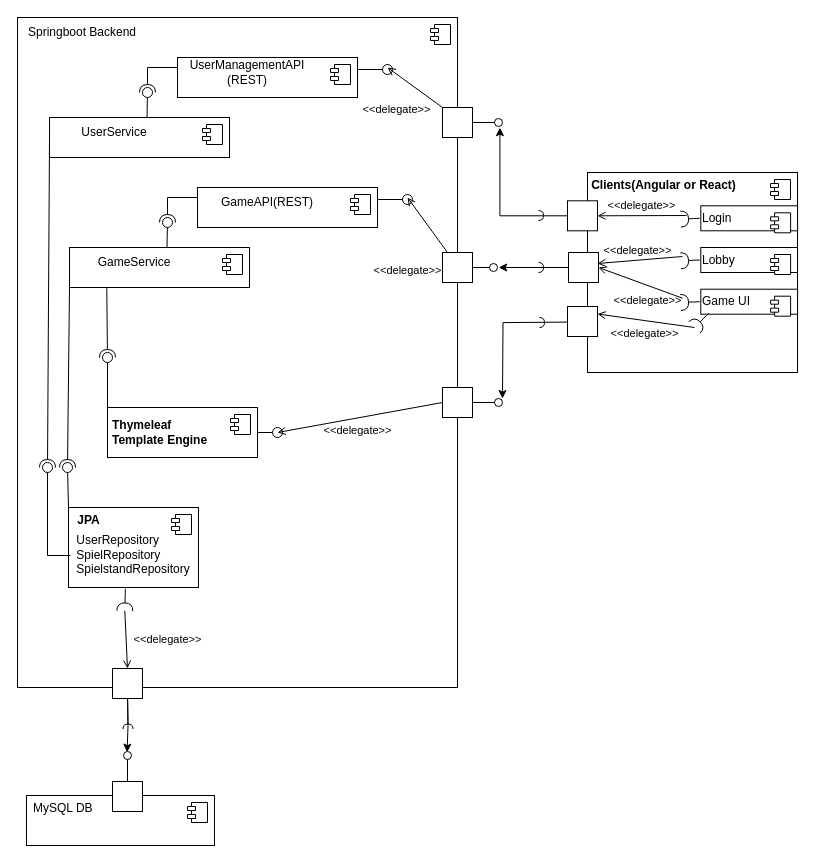
timonew/PaF keeps this draw.io diagram as Komponentenmodell.drawio. Above is the earlier version. Source tidied: cells renumbered, new cells numbered last; positions are measured from the earlier drawing's top-left corner, leaving out a move shared by most shapes. Both pictures are drawn from the tidied source at 100%, with x=0, y=0 at pixel (17, 17).
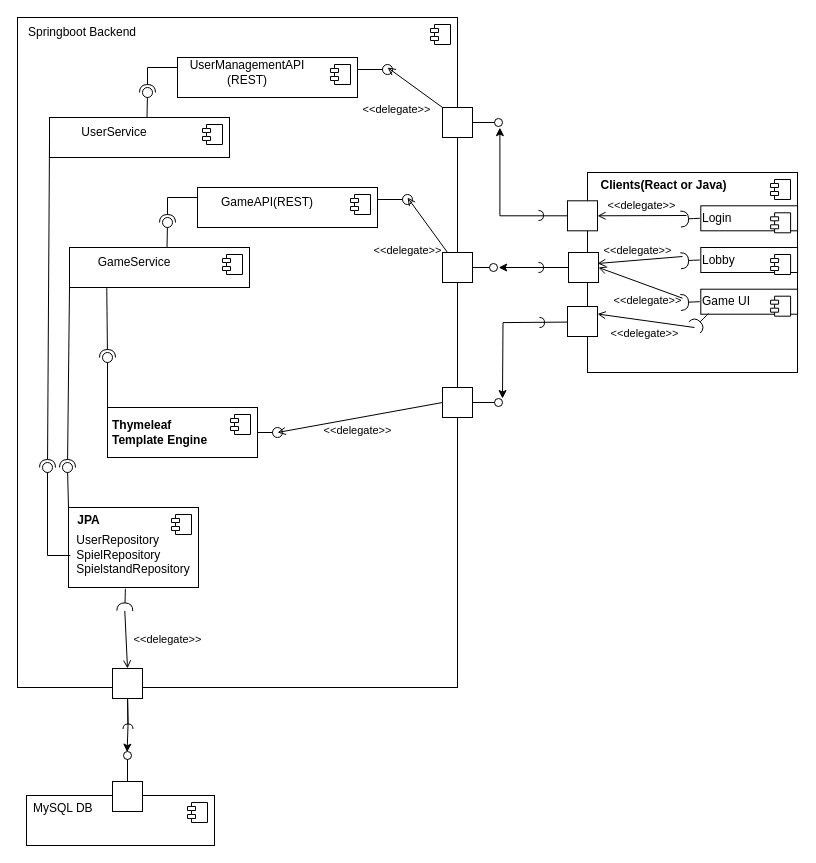
The same diagram, later.

The change refers to these unchanged cells:
```xml
<mxCell id="77" style="group;align=left;" parent="76" vertex="1">
  <mxGeometry x="20" width="210" height="200" as="geometry" />
</mxCell>
```

What changed in the source:
```diff
@@
     <mxCell id="74" value="&amp;lt;&amp;lt;delegate&amp;gt;&amp;gt;" style="html=1;verticalAlign=top;labelBackgroundColor=none;endArrow=open;endFill=0;rounded=0;exitX=0;exitY=0.5;exitDx=0;exitDy=0;" parent="1" edge="1">
-      <mxGeometry x="-0.43" y="35" relative="1" as="geometry">
+      <mxGeometry x="0.05" y="24" relative="1" as="geometry">
         <mxPoint x="430" y="235" as="sourcePoint" />
         <mxPoint x="390" y="180" as="targetPoint" />
-        <mxPoint x="-1" as="offset" />
+        <mxPoint x="1" as="offset" />
       </mxGeometry>
     </mxCell>
@@
-    <mxCell id="80" value="Clients(Angular or React)" style="text;align=center;fontStyle=1;verticalAlign=middle;spacingLeft=3;spacingRight=3;strokeColor=none;html=1;" parent="77" vertex="1">
+    <mxCell id="80" value="Clients(React or Java)" style="text;align=center;fontStyle=1;verticalAlign=middle;spacingLeft=3;spacingRight=3;strokeColor=none;html=1;" parent="77" vertex="1">
       <mxGeometry x="29.3" y="2.5" width="93.3" height="21.7" as="geometry" />
     </mxCell>
```
